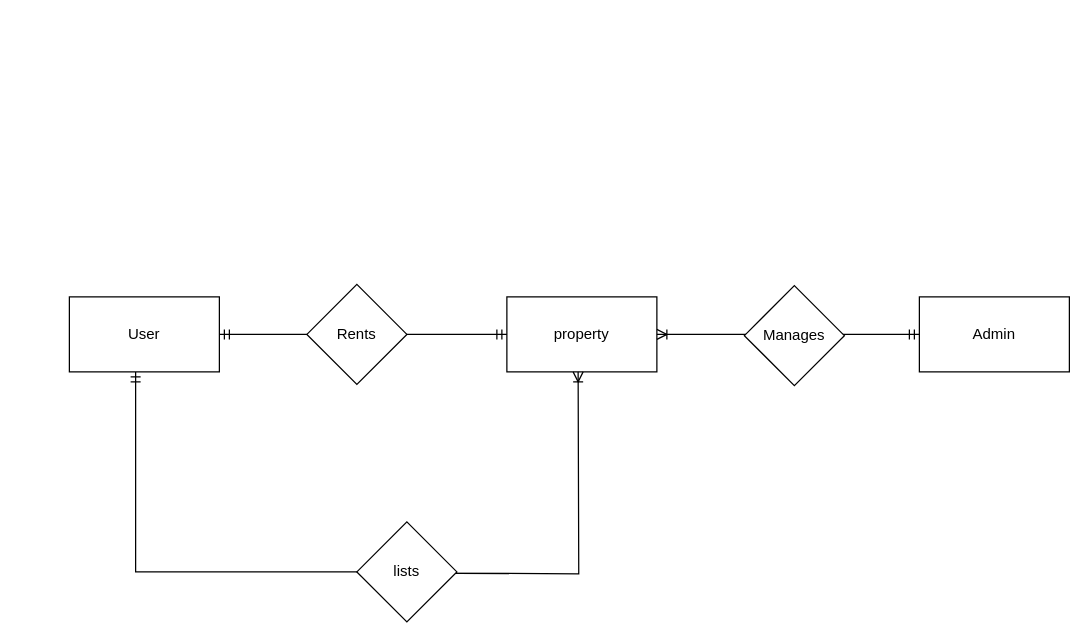
The draw.io diagram project1.drawio in suyog46/Alu-project, before the edit. Source tidied: cells renumbered, new cells numbered last; positions are measured from the earlier drawing's top-left corner, leaving out a move shared by most shapes. Both pictures are drawn from the tidied source at 125%, with x=0, y=0 at pixel (69, 284).
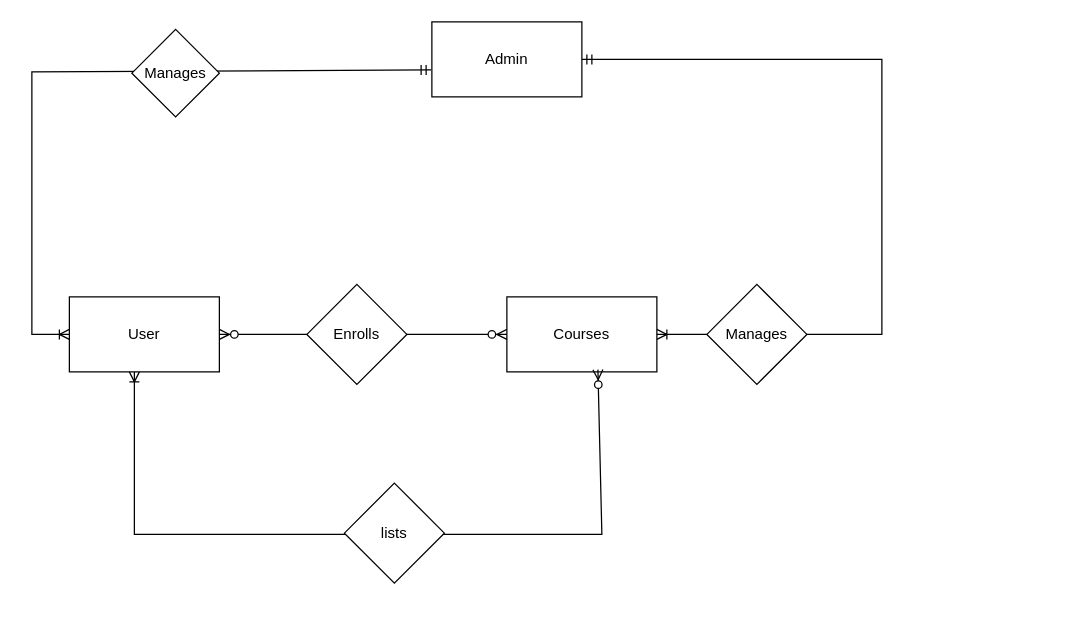
After the change.

Change to the diagram source:
```diff
@@
 <mxGraphModel>
   <root>
     <mxCell id="0" />
     <mxCell id="1" parent="0" />
-    <mxCell id="2" value="property" style="rounded=0;whiteSpace=wrap;html=1;" parent="1" vertex="1">
+    <mxCell id="2" value="Courses" style="rounded=0;whiteSpace=wrap;html=1;" parent="1" vertex="1">
       <mxGeometry x="350" y="10" width="120" height="60" as="geometry" />
     </mxCell>
     <mxCell id="3" value="Admin" style="rounded=0;whiteSpace=wrap;html=1;" parent="1" vertex="1">
-      <mxGeometry x="680" y="10" width="120" height="60" as="geometry" />
+      <mxGeometry x="290" y="-210" width="120" height="60" as="geometry" />
     </mxCell>
     <mxCell id="4" value="User&lt;br&gt;" style="rounded=0;whiteSpace=wrap;html=1;" parent="1" vertex="1">
       <mxGeometry y="10" width="120" height="60" as="geometry" />
     </mxCell>
-    <mxCell id="5" style="edgeStyle=entityRelationEdgeStyle;fontSize=12;html=1;endArrow=ERmandOne;startArrow=ERmandOne;rounded=0;exitX=1;exitY=0.5;exitDx=0;exitDy=0;entryX=0;entryY=0.5;entryDx=0;entryDy=0;" parent="1" edge="1" source="4" target="2">
-      <mxGeometry relative="1" as="geometry">
-        <Array as="points">
-          <mxPoint x="90" y="30" />
-        </Array>
-      </mxGeometry>
-    </mxCell>
-    <mxCell id="6" value="Rents" style="rhombus;whiteSpace=wrap;html=1;" parent="1" vertex="1">
-      <mxGeometry x="190" width="80" height="80" as="geometry" />
-    </mxCell>
-    <mxCell id="7" style="edgeStyle=orthogonalEdgeStyle;fontSize=12;html=1;endArrow=ERoneToMany;startArrow=ERmandOne;rounded=0;entryX=0;entryY=1;entryDx=0;entryDy=0;targetPerimeterSpacing=0;endSize=6;jumpSize=6;jumpStyle=arc;" parent="1" edge="1">
-      <mxGeometry relative="1" as="geometry">
-        <mxPoint x="270" y="231" as="sourcePoint" />
-        <mxPoint x="407" y="70" as="targetPoint" />
-      </mxGeometry>
-    </mxCell>
-    <mxCell id="8" style="edgeStyle=orthogonalEdgeStyle;fontSize=12;html=1;endArrow=ERoneToMany;startArrow=ERmandOne;rounded=0;exitX=1;exitY=1;exitDx=0;exitDy=0;targetPerimeterSpacing=0;endSize=6;jumpSize=6;jumpStyle=arc;" parent="1" edge="1">
-      <mxGeometry relative="1" as="geometry">
-        <mxPoint x="53" y="70" as="sourcePoint" />
-        <mxPoint x="270" y="230" as="targetPoint" />
-        <Array as="points">
-          <mxPoint x="53" y="230" />
-        </Array>
-      </mxGeometry>
-    </mxCell>
-    <mxCell id="9" style="fontSize=12;html=1;endArrow=ERoneToMany;startArrow=ERmandOne;rounded=0;fontFamily=Helvetica;fontColor=default;entryX=1;entryY=0.5;entryDx=0;entryDy=0;exitX=0;exitY=0.5;exitDx=0;exitDy=0;" parent="1" edge="1" source="3" target="2">
-      <mxGeometry relative="1" as="geometry" />
+    <mxCell id="9" style="fontSize=12;html=1;endArrow=ERoneToMany;startArrow=ERmandOne;rounded=0;fontFamily=Helvetica;fontColor=default;entryX=1;entryY=0.5;entryDx=0;entryDy=0;exitX=1;exitY=0.5;exitDx=0;exitDy=0;" parent="1" edge="1" source="3" target="2">
+      <mxGeometry relative="1" as="geometry">
+        <Array as="points">
+          <mxPoint x="650" y="-180" />
+          <mxPoint x="650" y="40" />
+        </Array>
+      </mxGeometry>
     </mxCell>
     <mxCell id="10" value="Manages" style="rhombus;whiteSpace=wrap;html=1;strokeColor=default;align=center;verticalAlign=middle;fontFamily=Helvetica;fontSize=12;fontColor=default;fillColor=default;" parent="1" vertex="1">
-      <mxGeometry x="540" y="1" width="80" height="80" as="geometry" />
+      <mxGeometry x="510" width="80" height="80" as="geometry" />
     </mxCell>
+    <mxCell id="12" style="edgeStyle=entityRelationEdgeStyle;fontSize=12;html=1;endArrow=ERzeroToMany;endFill=1;startArrow=ERzeroToMany;rounded=0;exitX=1;exitY=0.5;exitDx=0;exitDy=0;" parent="1" edge="1" source="4">
+      <mxGeometry relative="1" as="geometry">
+        <mxPoint x="350" y="40" as="targetPoint" />
+      </mxGeometry>
+    </mxCell>
+    <mxCell id="6" value="Enrolls" style="rhombus;whiteSpace=wrap;html=1;" parent="1" vertex="1">
+      <mxGeometry x="190" width="80" height="80" as="geometry" />
+    </mxCell>
+    <mxCell id="13" style="fontSize=12;html=1;endArrow=ERoneToMany;startArrow=ERmandOne;rounded=0;exitX=-0.005;exitY=0.64;exitDx=0;exitDy=0;entryX=0;entryY=0.5;entryDx=0;entryDy=0;exitPerimeter=0;" parent="1" edge="1" source="3" target="4">
+      <mxGeometry relative="1" as="geometry">
+        <Array as="points">
+          <mxPoint x="-30" y="-170" />
+          <mxPoint x="-30" y="40" />
+        </Array>
+      </mxGeometry>
+    </mxCell>
+    <mxCell id="14" value="Manages" style="rhombus;whiteSpace=wrap;html=1;strokeColor=default;align=center;verticalAlign=middle;fontFamily=Helvetica;fontSize=12;fontColor=default;fillColor=default;" parent="1" vertex="1">
+      <mxGeometry x="50" y="-204" width="70" height="70" as="geometry" />
+    </mxCell>
+    <mxCell id="15" style="fontSize=12;html=1;endArrow=ERoneToMany;startArrow=ERzeroToMany;rounded=0;exitX=0.607;exitY=0.97;exitDx=0;exitDy=0;exitPerimeter=0;" parent="1" edge="1" source="2">
+      <mxGeometry relative="1" as="geometry">
+        <mxPoint x="52" y="70" as="targetPoint" />
+        <Array as="points">
+          <mxPoint x="426" y="200" />
+          <mxPoint x="52" y="200" />
+        </Array>
+      </mxGeometry>
+    </mxCell>
     <mxCell id="11" value="lists" style="rhombus;whiteSpace=wrap;html=1;" parent="1" vertex="1">
-      <mxGeometry x="230" y="190" width="80" height="80" as="geometry" />
+      <mxGeometry x="220" y="159" width="80" height="80" as="geometry" />
     </mxCell>
   </root>
 </mxGraphModel>
```
